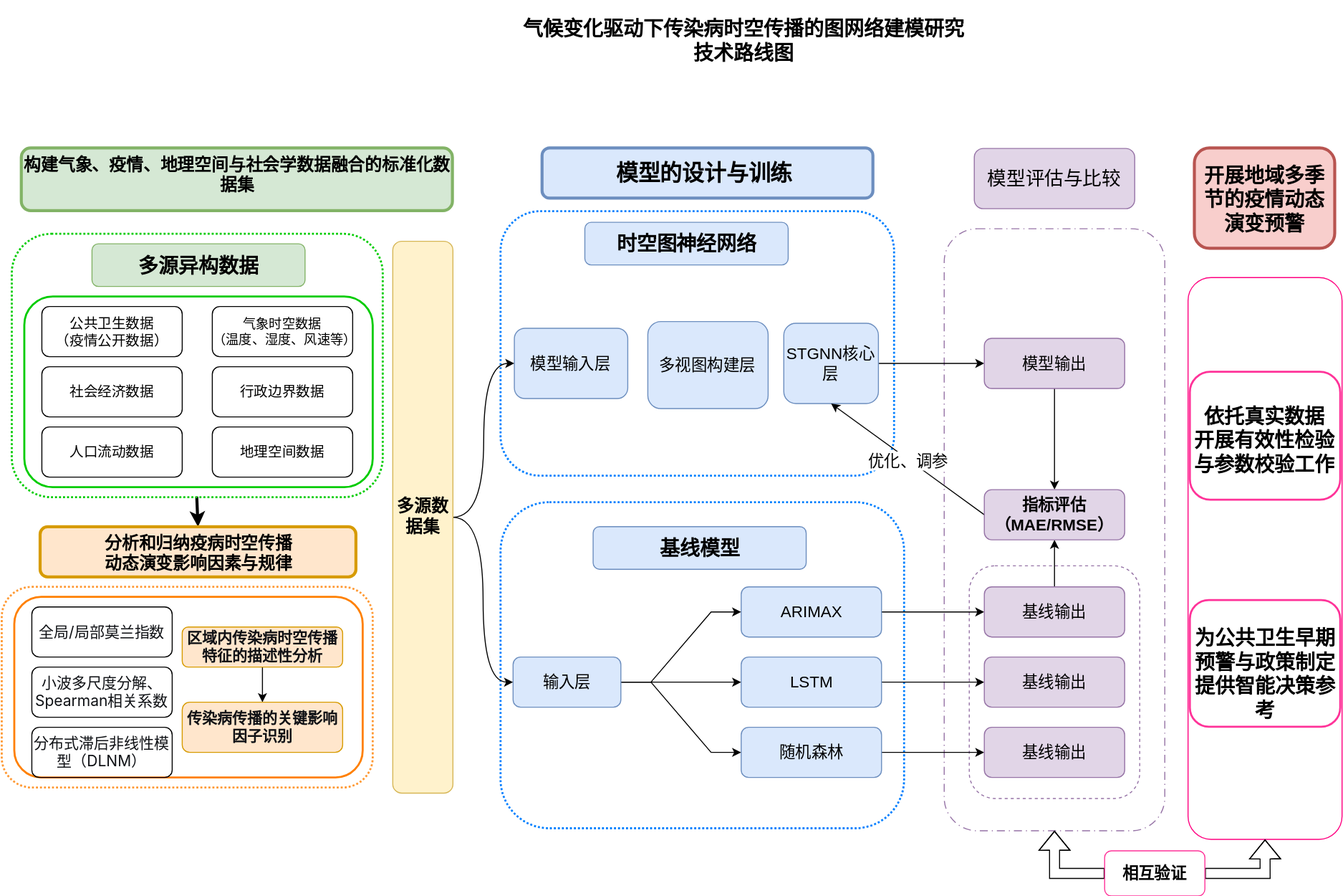
Above: 技术路线图.drawio.svg in jyi-hub/DLEP (draw.io), before the change. Source tidied: cells renumbered, new cells last; positions are measured from the earlier drawing's top-left corner, leaving out a move shared by most shapes.
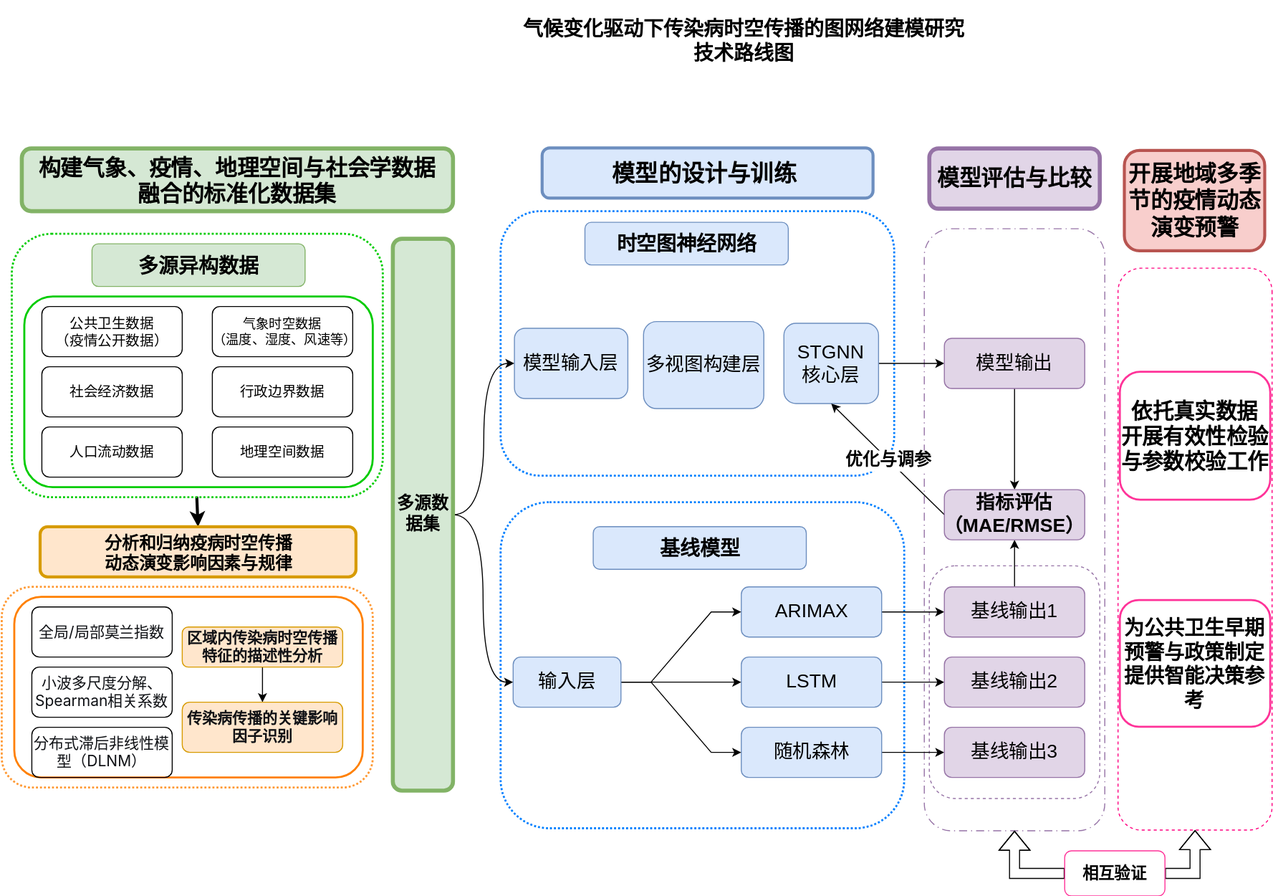
After the commit.

Commit message:
更新技术路线图.drawio.svg

Change to the diagram source:
```diff
@@ -5,6 +5,6 @@
     <mxCell id="2" value="&lt;div&gt;&lt;br&gt;&lt;span&gt;&lt;/span&gt;&lt;/div&gt;" style="rounded=1;whiteSpace=wrap;html=1;fillColor=none;strokeColor=#9673a6;dashed=1;fontSize=16;" parent="1" vertex="1">
-      <mxGeometry x="965" y="563.4" width="170" height="231.9" as="geometry" />
+      <mxGeometry x="925" y="563.4" width="170" height="231.9" as="geometry" />
     </mxCell>
     <mxCell id="3" value="&lt;div&gt;&lt;br&gt;&lt;span style=&quot;font-size:10.5pt;mso-bidi-font-size:12.0pt;&amp;lt;br/&amp;gt;font-family:宋体;mso-ascii-font-family:&amp;quot;Times New Roman&amp;quot;;mso-hansi-font-family:&amp;lt;br/&amp;gt;&amp;quot;Times New Roman&amp;quot;;mso-bidi-font-family:&amp;quot;Times New Roman&amp;quot;;mso-font-kerning:1.0pt;&amp;lt;br/&amp;gt;mso-ansi-language:EN-US;mso-fareast-language:ZH-CN;mso-bidi-language:AR-SA&quot;&gt;&lt;/span&gt;&lt;/div&gt;" style="rounded=1;whiteSpace=wrap;html=1;fillColor=none;strokeColor=#9673a6;dashed=1;dashPattern=8 4 1 4;" parent="1" vertex="1">
-      <mxGeometry x="940" y="227.5" width="220" height="600" as="geometry" />
+      <mxGeometry x="920" y="227.5" width="180" height="600" as="geometry" />
     </mxCell>
@@ -28,10 +28,10 @@
     </mxCell>
-    <mxCell id="10" value="&lt;font style=&quot;font-size: 17px;&quot; face=&quot;Comic Sans MS&quot;&gt;构建气象、疫情、地理空间与社会学数据融合的标准化数据集&lt;/font&gt;" style="rounded=1;whiteSpace=wrap;html=1;fillColor=#D5E8D4;strokeColor=#82B366;strokeWidth=3;fontSize=14;align=center;verticalAlign=top;fontStyle=1;" parent="1" vertex="1">
+    <mxCell id="10" value="&lt;font face=&quot;Comic Sans MS&quot;&gt;构建气象、疫情、地理空间与社会学&lt;/font&gt;&lt;span style=&quot;font-family: &amp;quot;Comic Sans MS&amp;quot;; background-color: transparent; color: light-dark(rgb(0, 0, 0), rgb(255, 255, 255));&quot;&gt;数据&lt;/span&gt;&lt;div&gt;&lt;span style=&quot;font-family: &amp;quot;Comic Sans MS&amp;quot;; background-color: transparent; color: light-dark(rgb(0, 0, 0), rgb(255, 255, 255));&quot;&gt;融合的标准化数据集&lt;/span&gt;&lt;/div&gt;" style="rounded=1;whiteSpace=wrap;html=1;fillColor=#D5E8D4;strokeColor=#82B366;strokeWidth=4;fontSize=22;align=center;verticalAlign=top;fontStyle=1;" parent="1" vertex="1">
       <mxGeometry x="20" y="147.5" width="430" height="62.5" as="geometry" />
     </mxCell>
-    <mxCell id="11" style="rounded=1;whiteSpace=wrap;html=1;fillColor=none;strokeColor=#FF0080;fontSize=13;align=center;rotation=90;" parent="1" vertex="1">
-      <mxGeometry x="980" y="479.3" width="560" height="153.6" as="geometry" />
+    <mxCell id="11" style="rounded=1;whiteSpace=wrap;html=1;fillColor=none;strokeColor=#FF0080;fontSize=13;align=center;rotation=90;dashed=1;" parent="1" vertex="1">
+      <mxGeometry x="910" y="470" width="560" height="153.6" as="geometry" />
     </mxCell>
-    <mxCell id="12" value="&lt;font style=&quot;font-size: 20px;&quot;&gt;开展地域多季节的疫情动态演变预警&lt;/font&gt;" style="rounded=1;whiteSpace=wrap;html=1;fillColor=#f8cecc;strokeColor=#b85450;strokeWidth=3;fontSize=14;align=center;verticalAlign=middle;fontStyle=1;" parent="1" vertex="1">
-      <mxGeometry x="1190" y="147.5" width="140" height="100" as="geometry" />
+    <mxCell id="12" value="&lt;font&gt;开展地域多季节的疫情动态演变预警&lt;/font&gt;" style="rounded=1;whiteSpace=wrap;html=1;fillColor=#f8cecc;strokeColor=#b85450;strokeWidth=3;fontSize=22;align=center;verticalAlign=middle;fontStyle=1;" parent="1" vertex="1">
+      <mxGeometry x="1120" y="150" width="140" height="100" as="geometry" />
     </mxCell>
@@ -88,16 +88,10 @@
     </mxCell>
-    <mxCell id="30" value="&lt;div style=&quot;text-align: justify;&quot;&gt;&lt;font face=&quot;Verdana&quot;&gt;&lt;span style=&quot;font-size: 22px;&quot;&gt;&lt;b&gt;模型的设计与训练&lt;/b&gt;&lt;/span&gt;&lt;/font&gt;&lt;/div&gt;" style="text;html=1;whiteSpace=wrap;strokeColor=none;fillColor=none;align=center;verticalAlign=middle;rounded=0;" parent="1" vertex="1">
+    <mxCell id="30" value="&lt;div style=&quot;text-align: justify;&quot;&gt;&lt;font face=&quot;Verdana&quot;&gt;&lt;span&gt;&lt;b&gt;模型的设计与训练&lt;/b&gt;&lt;/span&gt;&lt;/font&gt;&lt;/div&gt;" style="text;html=1;whiteSpace=wrap;strokeColor=none;fillColor=none;align=center;verticalAlign=middle;rounded=0;fontSize=23;" parent="1" vertex="1">
       <mxGeometry x="576.3" y="157.5" width="250" height="30" as="geometry" />
     </mxCell>
-    <mxCell id="31" value="&lt;span style=&quot;font-size: 20px; font-weight: 700;&quot;&gt;为公共卫生早期预警&lt;/span&gt;&lt;span style=&quot;font-size: 20px; font-weight: 700;&quot;&gt;与政策制定&lt;/span&gt;&lt;div&gt;&lt;span style=&quot;font-size: 20px; font-weight: 700;&quot;&gt;提供智能决策参考&lt;/span&gt;&lt;/div&gt;" style="text;html=1;whiteSpace=wrap;strokeColor=none;fillColor=none;align=center;verticalAlign=middle;rounded=0;" parent="1" vertex="1">
-      <mxGeometry x="1187.5" y="580" width="145" height="182.5" as="geometry" />
-    </mxCell>
-    <mxCell id="32" value="&lt;b&gt;&lt;span style=&quot;font-size: 20px;&quot;&gt;依托真实数据&lt;/span&gt;&lt;br style=&quot;font-size: 20px;&quot;&gt;&lt;span style=&quot;font-size: 20px;&quot;&gt;开展有效性检验&lt;/span&gt;&lt;br style=&quot;font-size: 20px;&quot;&gt;&lt;span style=&quot;font-size: 20px;&quot;&gt;与参数校验工作&lt;/span&gt;&lt;/b&gt;" style="text;html=1;whiteSpace=wrap;strokeColor=none;fillColor=none;align=center;verticalAlign=middle;rounded=0;" parent="1" vertex="1">
-      <mxGeometry x="1185" y="397.5" width="150" height="80" as="geometry" />
-    </mxCell>
-    <mxCell id="33" style="rounded=1;whiteSpace=wrap;html=1;fillColor=none;arcSize=16;strokeColor=#FF3399;strokeWidth=2;" parent="1" vertex="1">
-      <mxGeometry x="1185" y="370" width="150" height="127.5" as="geometry" />
+    <mxCell id="33" value="&lt;font style=&quot;font-size: 21px;&quot;&gt;&lt;b style=&quot;forced-color-adjust: none; color: rgb(0, 0, 0); font-family: Helvetica; font-style: normal; font-variant-ligatures: normal; font-variant-caps: normal; letter-spacing: normal; orphans: 2; text-align: center; text-indent: 0px; text-transform: none; widows: 2; word-spacing: 0px; -webkit-text-stroke-width: 0px; white-space: normal; text-decoration-thickness: initial; text-decoration-style: initial; text-decoration-color: initial;&quot;&gt;&lt;span style=&quot;forced-color-adjust: none;&quot;&gt;依托真实数据&lt;/span&gt;&lt;br style=&quot;forced-color-adjust: none;&quot;&gt;&lt;span style=&quot;forced-color-adjust: none;&quot;&gt;开展有效性检验&lt;/span&gt;&lt;br style=&quot;forced-color-adjust: none;&quot;&gt;&lt;span style=&quot;forced-color-adjust: none;&quot;&gt;与参数校验工作&lt;/span&gt;&lt;/b&gt;&lt;br&gt;&lt;/font&gt;" style="rounded=1;whiteSpace=wrap;html=1;fillColor=none;arcSize=16;strokeColor=#FF3399;strokeWidth=2;" parent="1" vertex="1">
+      <mxGeometry x="1115" y="370" width="150" height="127.5" as="geometry" />
     </mxCell>
-    <mxCell id="34" style="rounded=1;whiteSpace=wrap;html=1;fillColor=none;strokeColor=#FF3399;strokeWidth=2;" parent="1" vertex="1">
-      <mxGeometry x="1185" y="597.5" width="150" height="126.2" as="geometry" />
+    <mxCell id="34" value="&lt;span style=&quot;font-size: 20px; font-weight: 700;&quot;&gt;为公共卫生早期预警&lt;/span&gt;&lt;span style=&quot;font-size: 20px; font-weight: 700;&quot;&gt;与政策制定&lt;/span&gt;&lt;div&gt;&lt;span style=&quot;font-size: 20px; font-weight: 700;&quot;&gt;提供智能决策参考&lt;/span&gt;&lt;/div&gt;" style="rounded=1;whiteSpace=wrap;html=1;fillColor=none;strokeColor=#FF3399;strokeWidth=2;" parent="1" vertex="1">
+      <mxGeometry x="1115" y="597.5" width="150" height="126.2" as="geometry" />
     </mxCell>
@@ -110,3 +104,3 @@
     <mxCell id="37" value="&lt;font style=&quot;font-size: 16px;&quot;&gt;&lt;b&gt;相互验证&lt;/b&gt;&lt;/font&gt;" style="rounded=1;whiteSpace=wrap;html=1;strokeColor=#FF3399;" parent="1" vertex="1">
-      <mxGeometry x="1100" y="847.5" width="100" height="45" as="geometry" />
+      <mxGeometry x="1060" y="847.5" width="100" height="45" as="geometry" />
     </mxCell>
@@ -121,7 +115,7 @@
     </mxCell>
-    <mxCell id="40" value="&lt;span&gt;模型输入层&lt;/span&gt;" style="rounded=1;whiteSpace=wrap;html=1;fillColor=#dae8fc;strokeColor=#6c8ebf;fontSize=16;" parent="1" vertex="1">
+    <mxCell id="40" value="&lt;span&gt;模型输入层&lt;/span&gt;" style="rounded=1;whiteSpace=wrap;html=1;fillColor=#dae8fc;strokeColor=#6c8ebf;fontSize=19;" parent="1" vertex="1">
       <mxGeometry x="511.3" y="326.7" width="113.1" height="70" as="geometry" />
     </mxCell>
-    <mxCell id="41" value="&lt;font&gt;多视图构建层&lt;/font&gt;" style="rounded=1;whiteSpace=wrap;html=1;fillColor=#dae8fc;strokeColor=#6c8ebf;fontSize=16;" parent="1" vertex="1">
-      <mxGeometry x="644.4" y="320" width="120" height="86.7" as="geometry" />
+    <mxCell id="41" value="&lt;font&gt;多视图构建层&lt;/font&gt;" style="rounded=1;whiteSpace=wrap;html=1;fillColor=#dae8fc;strokeColor=#6c8ebf;fontSize=19;" parent="1" vertex="1">
+      <mxGeometry x="640" y="320" width="120" height="86.7" as="geometry" />
     </mxCell>
@@ -130,3 +124,3 @@
     </mxCell>
-    <mxCell id="43" value="STGNN核心层" style="rounded=1;whiteSpace=wrap;html=1;fillColor=#dae8fc;strokeColor=#6c8ebf;fontSize=16;" parent="1" vertex="1">
+    <mxCell id="43" value="STGNN&lt;div&gt;核心层&lt;/div&gt;" style="rounded=1;whiteSpace=wrap;html=1;fillColor=#dae8fc;strokeColor=#6c8ebf;fontSize=19;" parent="1" vertex="1">
       <mxGeometry x="780" y="321.7" width="94.4" height="80" as="geometry" />
@@ -136,4 +130,4 @@
     </mxCell>
-    <mxCell id="45" value="模型输出" style="rounded=1;whiteSpace=wrap;html=1;fillColor=#e1d5e7;strokeColor=#9673a6;fontSize=16;" parent="1" vertex="1">
-      <mxGeometry x="980" y="336.7" width="140" height="50" as="geometry" />
+    <mxCell id="45" value="模型输出" style="rounded=1;whiteSpace=wrap;html=1;fillColor=#e1d5e7;strokeColor=#9673a6;fontSize=19;" parent="1" vertex="1">
+      <mxGeometry x="940" y="336.7" width="140" height="50" as="geometry" />
     </mxCell>
@@ -145,3 +139,3 @@
     </mxCell>
-    <mxCell id="48" value="&lt;span&gt;ARIMAX&lt;/span&gt;" style="rounded=1;whiteSpace=wrap;html=1;fillColor=#dae8fc;strokeColor=#6c8ebf;fontSize=16;" parent="1" vertex="1">
+    <mxCell id="48" value="&lt;span&gt;ARIMAX&lt;/span&gt;" style="rounded=1;whiteSpace=wrap;html=1;fillColor=#dae8fc;strokeColor=#6c8ebf;fontSize=19;" parent="1" vertex="1">
       <mxGeometry x="737.5" y="584.4" width="140" height="50" as="geometry" />
@@ -151,3 +145,3 @@
     </mxCell>
-    <mxCell id="50" value="LSTM" style="rounded=1;whiteSpace=wrap;html=1;fillColor=#dae8fc;strokeColor=#6c8ebf;fontSize=16;" parent="1" vertex="1">
+    <mxCell id="50" value="LSTM" style="rounded=1;whiteSpace=wrap;html=1;fillColor=#dae8fc;strokeColor=#6c8ebf;fontSize=19;" parent="1" vertex="1">
       <mxGeometry x="737.5" y="654.4" width="140" height="50" as="geometry" />
@@ -157,3 +151,3 @@
     </mxCell>
-    <mxCell id="52" value="随机森林" style="rounded=1;whiteSpace=wrap;html=1;fillColor=#dae8fc;strokeColor=#6c8ebf;fontSize=16;" parent="1" vertex="1">
+    <mxCell id="52" value="随机森林" style="rounded=1;whiteSpace=wrap;html=1;fillColor=#dae8fc;strokeColor=#6c8ebf;fontSize=19;" parent="1" vertex="1">
       <mxGeometry x="737.5" y="724.4" width="140" height="50" as="geometry" />
@@ -169,3 +163,3 @@
     </mxCell>
-    <mxCell id="56" value="输入层" style="rounded=1;whiteSpace=wrap;html=1;fillColor=#dae8fc;strokeColor=#6c8ebf;fontSize=16;" parent="1" vertex="1">
+    <mxCell id="56" value="输入层" style="rounded=1;whiteSpace=wrap;html=1;fillColor=#dae8fc;strokeColor=#6c8ebf;fontSize=19;" parent="1" vertex="1">
       <mxGeometry x="510" y="654.4" width="107.5" height="50" as="geometry" />
@@ -175,7 +169,7 @@
     </mxCell>
-    <mxCell id="58" value="基线输出" style="rounded=1;whiteSpace=wrap;html=1;fillColor=#e1d5e7;strokeColor=#9673a6;fontSize=16;" parent="1" vertex="1">
-      <mxGeometry x="980" y="584.4" width="140" height="50" as="geometry" />
+    <mxCell id="58" value="基线输出1" style="rounded=1;whiteSpace=wrap;html=1;fillColor=#e1d5e7;strokeColor=#9673a6;fontSize=19;" parent="1" vertex="1">
+      <mxGeometry x="940" y="584.4" width="140" height="50" as="geometry" />
     </mxCell>
     <mxCell id="59" value="&lt;div&gt;&lt;font style=&quot;font-size: 19px;&quot;&gt;&lt;br&gt;&lt;/font&gt;&lt;/div&gt;" style="text;html=1;whiteSpace=wrap;strokeColor=none;fillColor=none;align=center;verticalAlign=middle;rounded=0;" parent="1" vertex="1">
-      <mxGeometry x="950" y="152.5" width="210" height="62.5" as="geometry" />
+      <mxGeometry x="910" y="152.5" width="210" height="62.5" as="geometry" />
     </mxCell>
@@ -187,4 +181,4 @@
     </mxCell>
-    <mxCell id="62" value="&lt;font style=&quot;font-size: 17px;&quot;&gt;&lt;b&gt;多源数据集&lt;/b&gt;&lt;/font&gt;" style="rounded=1;whiteSpace=wrap;html=1;fillColor=#fff2cc;strokeColor=#d6b656;gradientDirection=north;" parent="1" vertex="1">
-      <mxGeometry x="390" y="240" width="60" height="550" as="geometry" />
+    <mxCell id="62" value="&lt;font style=&quot;font-size: 17px;&quot;&gt;&lt;b&gt;多源数据集&lt;/b&gt;&lt;/font&gt;" style="rounded=1;whiteSpace=wrap;html=1;fillColor=#d5e8d4;strokeColor=#82b366;gradientDirection=north;strokeWidth=4;" parent="1" vertex="1">
+      <mxGeometry x="390" y="237.5" width="60" height="550" as="geometry" />
     </mxCell>
@@ -193,16 +187,16 @@
     </mxCell>
-    <mxCell id="64" value="&lt;font&gt;优化、调参&lt;/font&gt;" style="edgeLabel;html=1;align=center;verticalAlign=middle;fontSize=16;" parent="63" vertex="1">
+    <mxCell id="64" value="&lt;font&gt;优化与调参&lt;/font&gt;" style="edgeLabel;html=1;align=center;verticalAlign=middle;fontSize=17;fontStyle=1;" parent="63" vertex="1">
       <mxGeometry y="1" relative="1" as="geometry" />
     </mxCell>
-    <mxCell id="65" value="指标评估&lt;div&gt;（MAE/RMSE）&lt;/div&gt;" style="rounded=1;whiteSpace=wrap;html=1;fillColor=#e1d5e7;strokeColor=#9673a6;fontSize=16;fontStyle=1;" parent="1" vertex="1">
-      <mxGeometry x="980" y="487.5" width="140" height="50" as="geometry" />
+    <mxCell id="65" value="指标评估&lt;div&gt;（MAE/RMSE）&lt;/div&gt;" style="rounded=1;whiteSpace=wrap;html=1;fillColor=#e1d5e7;strokeColor=#9673a6;fontSize=19;fontStyle=1;" parent="1" vertex="1">
+      <mxGeometry x="940" y="487.5" width="140" height="50" as="geometry" />
     </mxCell>
-    <mxCell id="66" value="&lt;font style=&quot;font-size: 19px;&quot;&gt;模型评估与比较&lt;/font&gt;" style="rounded=1;whiteSpace=wrap;html=1;fillColor=#e1d5e7;strokeColor=#9673a6;" parent="1" vertex="1">
-      <mxGeometry x="970" y="147.5" width="160" height="60" as="geometry" />
+    <mxCell id="66" value="&lt;font&gt;模型评估与比较&lt;/font&gt;" style="rounded=1;whiteSpace=wrap;html=1;fillColor=#e1d5e7;strokeColor=#9673a6;fontSize=22;fontStyle=1;strokeWidth=4;" parent="1" vertex="1">
+      <mxGeometry x="925" y="147.5" width="170" height="60" as="geometry" />
     </mxCell>
-    <mxCell id="67" value="基线输出" style="rounded=1;whiteSpace=wrap;html=1;fillColor=#e1d5e7;strokeColor=#9673a6;fontSize=16;" parent="1" vertex="1">
-      <mxGeometry x="980" y="654.4" width="140" height="50" as="geometry" />
+    <mxCell id="67" value="基线输出2" style="rounded=1;whiteSpace=wrap;html=1;fillColor=#e1d5e7;strokeColor=#9673a6;fontSize=19;" parent="1" vertex="1">
+      <mxGeometry x="940" y="654.4" width="140" height="50" as="geometry" />
     </mxCell>
-    <mxCell id="68" value="基线输出" style="rounded=1;whiteSpace=wrap;html=1;fillColor=#e1d5e7;strokeColor=#9673a6;fontSize=16;" parent="1" vertex="1">
-      <mxGeometry x="980" y="724.4" width="140" height="50" as="geometry" />
+    <mxCell id="68" value="基线输出3" style="rounded=1;whiteSpace=wrap;html=1;fillColor=#e1d5e7;strokeColor=#9673a6;fontSize=19;" parent="1" vertex="1">
+      <mxGeometry x="940" y="724.4" width="140" height="50" as="geometry" />
     </mxCell>
```
